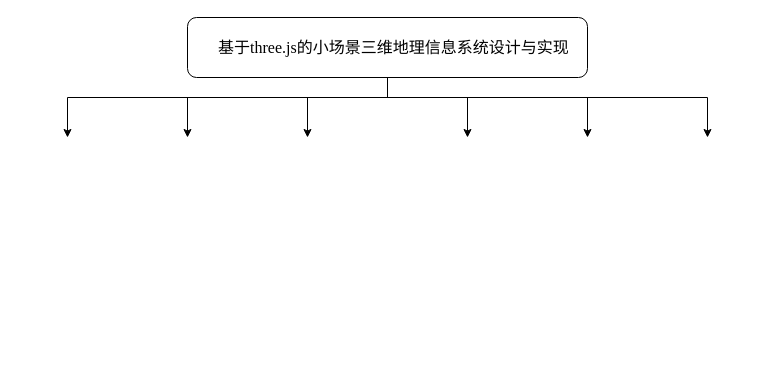
AyuShiQi/GIS keeps this draw.io diagram as 未命名绘图.drawio. Above is the earlier version. Source tidied: cells renumbered, new cells numbered last; positions are measured from the earlier drawing's top-left corner, leaving out a move shared by most shapes. Both pictures are drawn from the tidied source at 100%, with x=0, y=0 at pixel (67, 17).
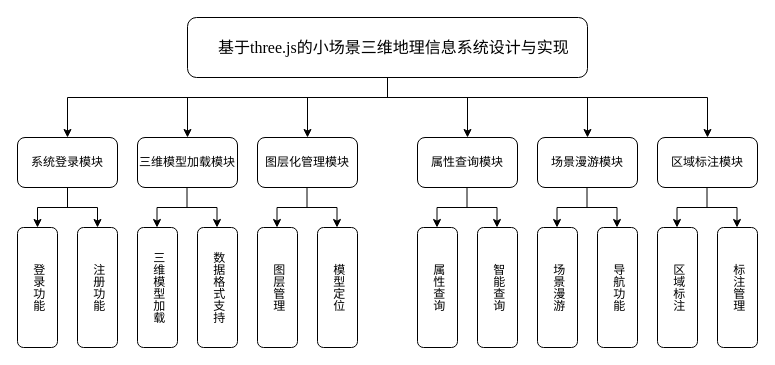
Above is the later version.

Commit message (it also covers changes not shown here):
更新未命名绘图.drawio

Change to the diagram source:
```diff
@@
+    <mxCell id="11" value="系统登录模块" style="rounded=1;whiteSpace=wrap;html=1;" parent="1" vertex="1">
+      <mxGeometry x="-50" y="120" width="100" height="50" as="geometry" />
+    </mxCell>
+    <mxCell id="12" value="三维模型加载模块" style="rounded=1;whiteSpace=wrap;html=1;" parent="1" vertex="1">
+      <mxGeometry x="70" y="120" width="100" height="50" as="geometry" />
+    </mxCell>
+    <mxCell id="13" value="图层化管理模块" style="rounded=1;whiteSpace=wrap;html=1;" parent="1" vertex="1">
+      <mxGeometry x="190" y="120" width="100" height="50" as="geometry" />
+    </mxCell>
+    <mxCell id="14" value="属性查询模块" style="rounded=1;whiteSpace=wrap;html=1;" parent="1" vertex="1">
+      <mxGeometry x="350" y="120" width="100" height="50" as="geometry" />
+    </mxCell>
+    <mxCell id="15" value="场景漫游模块" style="rounded=1;whiteSpace=wrap;html=1;" parent="1" vertex="1">
+      <mxGeometry x="470" y="120" width="100" height="50" as="geometry" />
+    </mxCell>
+    <mxCell id="16" value="区域标注模块" style="rounded=1;whiteSpace=wrap;html=1;" parent="1" vertex="1">
+      <mxGeometry x="590" y="120" width="100" height="50" as="geometry" />
+    </mxCell>
+    <mxCell id="17" style="endArrow=none;html=1;rounded=0;" parent="1" edge="1">
+      <mxGeometry relative="1" as="geometry">
+        <mxPoint y="190" as="sourcePoint" />
+        <mxPoint y="170" as="targetPoint" />
+      </mxGeometry>
+    </mxCell>
+    <mxCell id="18" style="endArrow=none;html=1;rounded=0;" parent="1" edge="1">
+      <mxGeometry relative="1" as="geometry">
+        <mxPoint x="-30" y="190" as="sourcePoint" />
+        <mxPoint x="30" y="190" as="targetPoint" />
+      </mxGeometry>
+    </mxCell>
+    <mxCell id="19" style="endArrow=classic;html=1;rounded=0;" parent="1" edge="1">
+      <mxGeometry relative="1" as="geometry">
+        <mxPoint x="-30" y="190" as="sourcePoint" />
+        <mxPoint x="-30" y="210" as="targetPoint" />
+      </mxGeometry>
+    </mxCell>
+    <mxCell id="20" style="endArrow=classic;html=1;rounded=0;" parent="1" edge="1">
+      <mxGeometry relative="1" as="geometry">
+        <mxPoint x="30" y="190" as="sourcePoint" />
+        <mxPoint x="30" y="210" as="targetPoint" />
+      </mxGeometry>
+    </mxCell>
+    <mxCell id="21" style="endArrow=none;html=1;rounded=0;" parent="1" edge="1">
+      <mxGeometry relative="1" as="geometry">
+        <mxPoint x="119.5" y="190" as="sourcePoint" />
+        <mxPoint x="119.5" y="170" as="targetPoint" />
+      </mxGeometry>
+    </mxCell>
+    <mxCell id="22" style="endArrow=none;html=1;rounded=0;" parent="1" edge="1">
+      <mxGeometry relative="1" as="geometry">
+        <mxPoint x="89.5" y="190" as="sourcePoint" />
+        <mxPoint x="149.5" y="190" as="targetPoint" />
+      </mxGeometry>
+    </mxCell>
+    <mxCell id="23" style="endArrow=classic;html=1;rounded=0;" parent="1" edge="1">
+      <mxGeometry relative="1" as="geometry">
+        <mxPoint x="89.5" y="190" as="sourcePoint" />
+        <mxPoint x="89.5" y="210" as="targetPoint" />
+      </mxGeometry>
+    </mxCell>
+    <mxCell id="24" style="endArrow=classic;html=1;rounded=0;" parent="1" edge="1">
+      <mxGeometry relative="1" as="geometry">
+        <mxPoint x="149.5" y="190" as="sourcePoint" />
+        <mxPoint x="149.5" y="210" as="targetPoint" />
+      </mxGeometry>
+    </mxCell>
+    <mxCell id="25" style="endArrow=none;html=1;rounded=0;" parent="1" edge="1">
+      <mxGeometry relative="1" as="geometry">
+        <mxPoint x="239.5" y="190" as="sourcePoint" />
+        <mxPoint x="239.5" y="170" as="targetPoint" />
+      </mxGeometry>
+    </mxCell>
+    <mxCell id="26" style="endArrow=none;html=1;rounded=0;" parent="1" edge="1">
+      <mxGeometry relative="1" as="geometry">
+        <mxPoint x="209.5" y="190" as="sourcePoint" />
+        <mxPoint x="269.5" y="190" as="targetPoint" />
+      </mxGeometry>
+    </mxCell>
+    <mxCell id="27" style="endArrow=classic;html=1;rounded=0;" parent="1" edge="1">
+      <mxGeometry relative="1" as="geometry">
+        <mxPoint x="209.5" y="190" as="sourcePoint" />
+        <mxPoint x="209.5" y="210" as="targetPoint" />
+      </mxGeometry>
+    </mxCell>
+    <mxCell id="28" style="endArrow=classic;html=1;rounded=0;" parent="1" edge="1">
+      <mxGeometry relative="1" as="geometry">
+        <mxPoint x="269.5" y="190" as="sourcePoint" />
+        <mxPoint x="269.5" y="210" as="targetPoint" />
+      </mxGeometry>
+    </mxCell>
+    <mxCell id="29" style="endArrow=none;html=1;rounded=0;" parent="1" edge="1">
+      <mxGeometry relative="1" as="geometry">
+        <mxPoint x="399.5" y="190" as="sourcePoint" />
+        <mxPoint x="399.5" y="170" as="targetPoint" />
+      </mxGeometry>
+    </mxCell>
+    <mxCell id="30" style="endArrow=none;html=1;rounded=0;" parent="1" edge="1">
+      <mxGeometry relative="1" as="geometry">
+        <mxPoint x="369.5" y="190" as="sourcePoint" />
+        <mxPoint x="429.5" y="190" as="targetPoint" />
+      </mxGeometry>
+    </mxCell>
+    <mxCell id="31" style="endArrow=classic;html=1;rounded=0;" parent="1" edge="1">
+      <mxGeometry relative="1" as="geometry">
+        <mxPoint x="369.5" y="190" as="sourcePoint" />
+        <mxPoint x="369.5" y="210" as="targetPoint" />
+      </mxGeometry>
+    </mxCell>
+    <mxCell id="32" style="endArrow=classic;html=1;rounded=0;" parent="1" edge="1">
+      <mxGeometry relative="1" as="geometry">
+        <mxPoint x="429.5" y="190" as="sourcePoint" />
+        <mxPoint x="429.5" y="210" as="targetPoint" />
+      </mxGeometry>
+    </mxCell>
+    <mxCell id="33" style="endArrow=none;html=1;rounded=0;" parent="1" edge="1">
+      <mxGeometry relative="1" as="geometry">
+        <mxPoint x="519.5" y="190" as="sourcePoint" />
+        <mxPoint x="519.5" y="170" as="targetPoint" />
+      </mxGeometry>
+    </mxCell>
+    <mxCell id="34" style="endArrow=none;html=1;rounded=0;" parent="1" edge="1">
+      <mxGeometry relative="1" as="geometry">
+        <mxPoint x="489.5" y="190" as="sourcePoint" />
+        <mxPoint x="549.5" y="190" as="targetPoint" />
+      </mxGeometry>
+    </mxCell>
+    <mxCell id="35" style="endArrow=classic;html=1;rounded=0;" parent="1" edge="1">
+      <mxGeometry relative="1" as="geometry">
+        <mxPoint x="489.5" y="190" as="sourcePoint" />
+        <mxPoint x="489.5" y="210" as="targetPoint" />
+      </mxGeometry>
+    </mxCell>
+    <mxCell id="36" style="endArrow=classic;html=1;rounded=0;" parent="1" edge="1">
+      <mxGeometry relative="1" as="geometry">
+        <mxPoint x="549.5" y="190" as="sourcePoint" />
+        <mxPoint x="549.5" y="210" as="targetPoint" />
+      </mxGeometry>
+    </mxCell>
+    <mxCell id="37" style="endArrow=none;html=1;rounded=0;" parent="1" edge="1">
+      <mxGeometry relative="1" as="geometry">
+        <mxPoint x="639.5" y="190" as="sourcePoint" />
+        <mxPoint x="639.5" y="170" as="targetPoint" />
+      </mxGeometry>
+    </mxCell>
+    <mxCell id="38" style="endArrow=none;html=1;rounded=0;" parent="1" edge="1">
+      <mxGeometry relative="1" as="geometry">
+        <mxPoint x="609.5" y="190" as="sourcePoint" />
+        <mxPoint x="669.5" y="190" as="targetPoint" />
+      </mxGeometry>
+    </mxCell>
+    <mxCell id="39" style="endArrow=classic;html=1;rounded=0;" parent="1" edge="1">
+      <mxGeometry relative="1" as="geometry">
+        <mxPoint x="609.5" y="190" as="sourcePoint" />
+        <mxPoint x="609.5" y="210" as="targetPoint" />
+      </mxGeometry>
+    </mxCell>
+    <mxCell id="40" style="endArrow=classic;html=1;rounded=0;" parent="1" edge="1">
+      <mxGeometry relative="1" as="geometry">
+        <mxPoint x="669.5" y="190" as="sourcePoint" />
+        <mxPoint x="669.5" y="210" as="targetPoint" />
+      </mxGeometry>
+    </mxCell>
+    <mxCell id="41" value="登录功能" style="rounded=1;whiteSpace=wrap;html=1;textDirection=vertical-lr;" parent="1" vertex="1">
+      <mxGeometry x="-50" y="210" width="40" height="120" as="geometry" />
+    </mxCell>
+    <mxCell id="42" value="注册功能" style="rounded=1;whiteSpace=wrap;html=1;textDirection=vertical-lr;" parent="1" vertex="1">
+      <mxGeometry x="10" y="210" width="40" height="120" as="geometry" />
+    </mxCell>
+    <mxCell id="43" value="三维模型加载" style="rounded=1;whiteSpace=wrap;html=1;textDirection=vertical-lr;" parent="1" vertex="1">
+      <mxGeometry x="70" y="210" width="40" height="120" as="geometry" />
+    </mxCell>
+    <mxCell id="44" value="数据格式支持" style="rounded=1;whiteSpace=wrap;html=1;textDirection=vertical-lr;" parent="1" vertex="1">
+      <mxGeometry x="130" y="210" width="40" height="120" as="geometry" />
+    </mxCell>
+    <mxCell id="45" value="图层管理" style="rounded=1;whiteSpace=wrap;html=1;textDirection=vertical-lr;" parent="1" vertex="1">
+      <mxGeometry x="190" y="210" width="40" height="120" as="geometry" />
+    </mxCell>
+    <mxCell id="46" value="&lt;font face=&quot;宋体&quot;&gt;模型定位&lt;/font&gt;" style="rounded=1;whiteSpace=wrap;html=1;textDirection=vertical-lr;" parent="1" vertex="1">
+      <mxGeometry x="250" y="210" width="40" height="120" as="geometry" />
+    </mxCell>
+    <mxCell id="47" value="&lt;font face=&quot;宋体&quot;&gt;属性查询&lt;/font&gt;" style="rounded=1;whiteSpace=wrap;html=1;textDirection=vertical-lr;" parent="1" vertex="1">
+      <mxGeometry x="350" y="210" width="40" height="120" as="geometry" />
+    </mxCell>
+    <mxCell id="48" value="&lt;font face=&quot;宋体&quot;&gt;智能查询&lt;/font&gt;" style="rounded=1;whiteSpace=wrap;html=1;textDirection=vertical-lr;" parent="1" vertex="1">
+      <mxGeometry x="410" y="210" width="40" height="120" as="geometry" />
+    </mxCell>
+    <mxCell id="49" value="&lt;font face=&quot;宋体&quot;&gt;场景漫游&lt;/font&gt;" style="rounded=1;whiteSpace=wrap;html=1;textDirection=vertical-lr;" parent="1" vertex="1">
+      <mxGeometry x="470" y="210" width="40" height="120" as="geometry" />
+    </mxCell>
+    <mxCell id="50" value="&lt;font face=&quot;宋体&quot;&gt;导航功能&lt;/font&gt;" style="rounded=1;whiteSpace=wrap;html=1;textDirection=vertical-lr;" parent="1" vertex="1">
+      <mxGeometry x="530" y="210" width="40" height="120" as="geometry" />
+    </mxCell>
+    <mxCell id="51" value="&lt;font face=&quot;宋体&quot;&gt;区域标注&lt;/font&gt;" style="rounded=1;whiteSpace=wrap;html=1;textDirection=vertical-lr;" parent="1" vertex="1">
+      <mxGeometry x="590" y="210" width="40" height="120" as="geometry" />
+    </mxCell>
+    <mxCell id="52" value="&lt;font face=&quot;宋体&quot;&gt;标注管理&lt;/font&gt;" style="rounded=1;whiteSpace=wrap;html=1;textDirection=vertical-lr;" parent="1" vertex="1">
+      <mxGeometry x="650" y="210" width="40" height="120" as="geometry" />
+    </mxCell>
```
